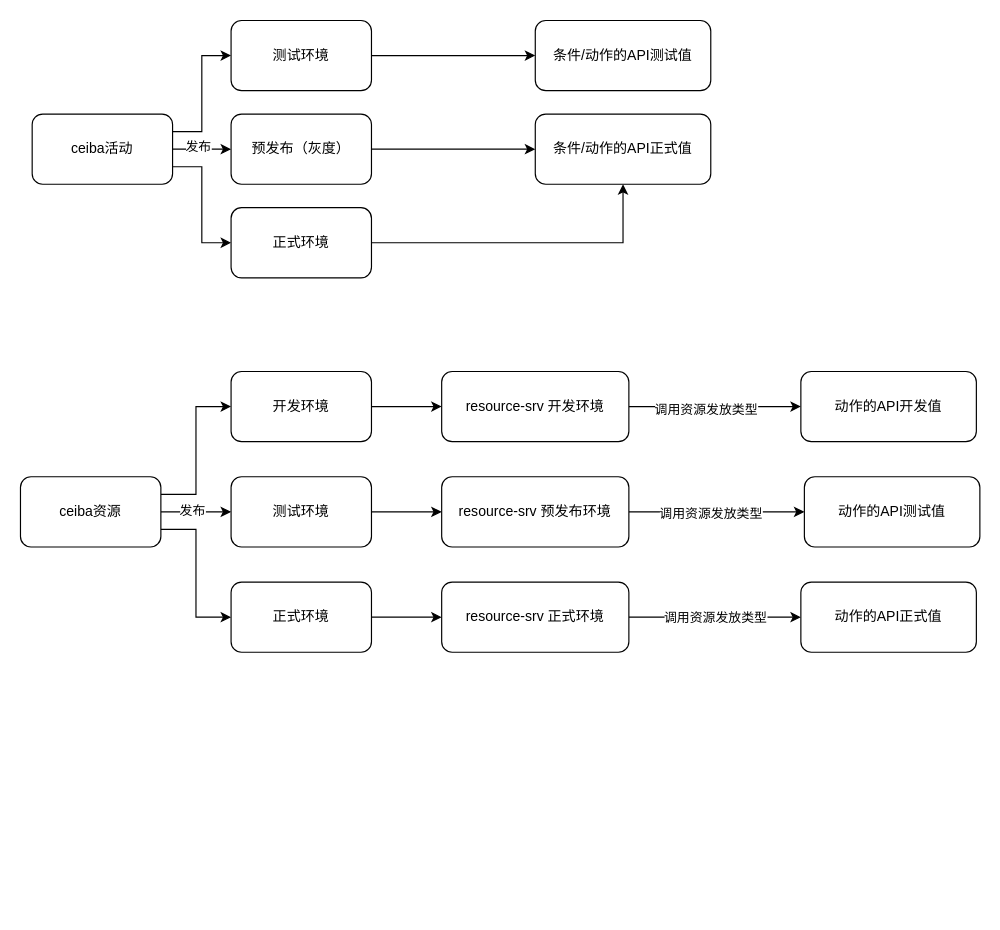
This is docs.drawio from axtrur/resource, a draw.io file, before an edit. Source tidied: cells renumbered, new cells numbered last; positions are measured from the earlier drawing's top-left corner, leaving out a move shared by most shapes. Both pictures are drawn from the tidied source at 117%, with x=0, y=0 at pixel (20, 20).
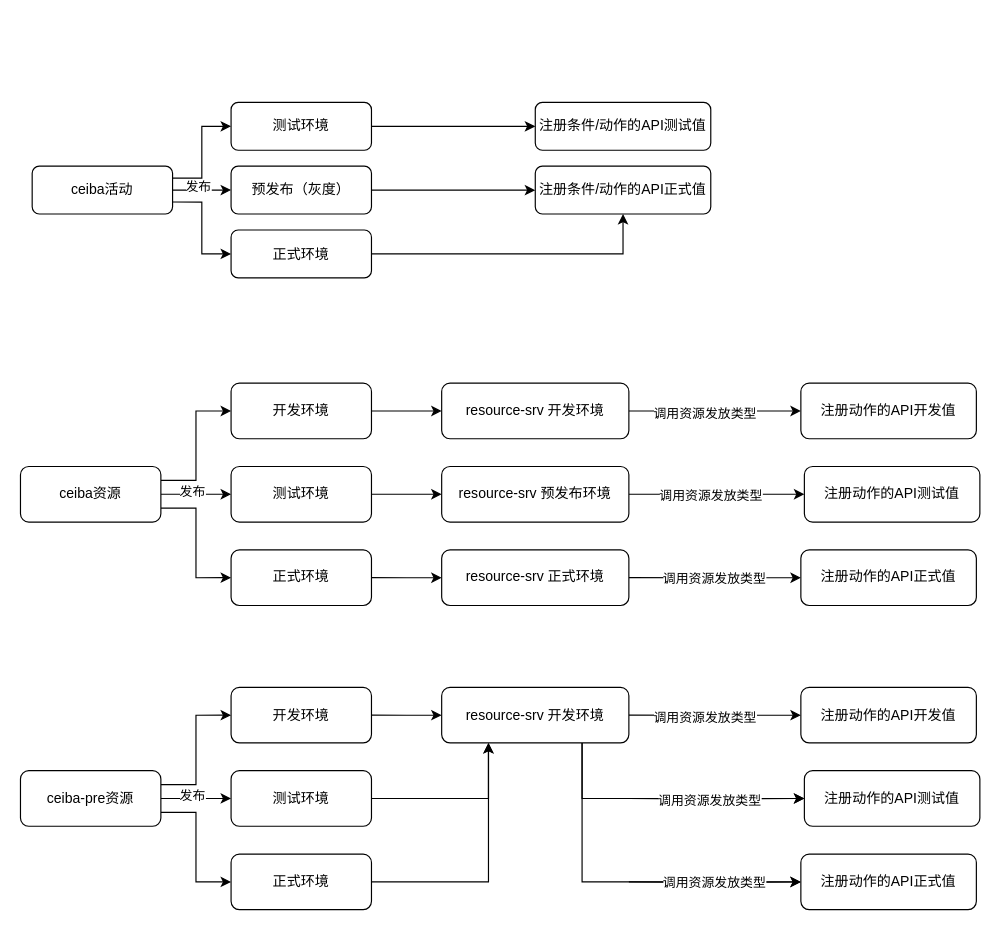
The same page after the edit.

Change to the diagram source:
```diff
@@
-    <mxCell id="2" style="edgeStyle=orthogonalEdgeStyle;rounded=0;jettySize=auto;html=1;exitX=1;exitY=0.5;exitDx=0;exitDy=0;entryX=0;entryY=0.5;entryDx=0;entryDy=0;" parent="1" edge="1" source="6" target="10">
-      <mxGeometry relative="1" as="geometry" />
-    </mxCell>
-    <mxCell id="3" value="发布" style="edgeLabel;html=1;align=center;verticalAlign=middle;" parent="2" vertex="1">
-      <mxGeometry x="-0.17" y="3" relative="1" as="geometry" />
-    </mxCell>
-    <mxCell id="4" style="edgeStyle=orthogonalEdgeStyle;rounded=0;jettySize=auto;html=1;exitX=1;exitY=0.25;exitDx=0;exitDy=0;entryX=0;entryY=0.5;entryDx=0;entryDy=0;" parent="1" edge="1" source="6" target="8">
-      <mxGeometry relative="1" as="geometry" />
-    </mxCell>
-    <mxCell id="5" style="edgeStyle=orthogonalEdgeStyle;rounded=0;jettySize=auto;html=1;exitX=1;exitY=0.75;exitDx=0;exitDy=0;entryX=0;entryY=0.5;entryDx=0;entryDy=0;" parent="1" edge="1" source="6" target="12">
-      <mxGeometry relative="1" as="geometry" />
-    </mxCell>
-    <mxCell id="6" value="ceiba活动" style="rounded=1;whiteSpace=wrap;html=1;" parent="1" vertex="1">
-      <mxGeometry x="10" y="80" width="120" height="60" as="geometry" />
-    </mxCell>
-    <mxCell id="7" style="edgeStyle=orthogonalEdgeStyle;rounded=0;jettySize=auto;html=1;exitX=1;exitY=0.5;exitDx=0;exitDy=0;" parent="1" edge="1" source="8" target="13">
-      <mxGeometry relative="1" as="geometry" />
-    </mxCell>
-    <mxCell id="8" value="测试环境" style="rounded=1;whiteSpace=wrap;html=1;" parent="1" vertex="1">
-      <mxGeometry x="180" width="120" height="60" as="geometry" />
-    </mxCell>
-    <mxCell id="9" style="edgeStyle=orthogonalEdgeStyle;rounded=0;jettySize=auto;html=1;exitX=1;exitY=0.5;exitDx=0;exitDy=0;" parent="1" edge="1" source="10" target="14">
-      <mxGeometry relative="1" as="geometry" />
-    </mxCell>
-    <mxCell id="10" value="预发布（灰度）" style="rounded=1;whiteSpace=wrap;html=1;" parent="1" vertex="1">
-      <mxGeometry x="180" y="80" width="120" height="60" as="geometry" />
-    </mxCell>
-    <mxCell id="11" style="edgeStyle=orthogonalEdgeStyle;rounded=0;jettySize=auto;html=1;exitX=1;exitY=0.5;exitDx=0;exitDy=0;" parent="1" edge="1" source="12" target="14">
-      <mxGeometry relative="1" as="geometry" />
-    </mxCell>
-    <mxCell id="12" value="正式环境" style="rounded=1;whiteSpace=wrap;html=1;" parent="1" vertex="1">
-      <mxGeometry x="180" y="160" width="120" height="60" as="geometry" />
-    </mxCell>
-    <mxCell id="13" value="条件/动作的API测试值" style="rounded=1;whiteSpace=wrap;html=1;" parent="1" vertex="1">
-      <mxGeometry x="440" width="150" height="60" as="geometry" />
-    </mxCell>
-    <mxCell id="14" value="条件/动作的API正式值" style="rounded=1;whiteSpace=wrap;html=1;" parent="1" vertex="1">
-      <mxGeometry x="440" y="80" width="150" height="60" as="geometry" />
-    </mxCell>
+    <mxCell id="40" style="group;" parent="1" vertex="1">
+      <mxGeometry y="310" width="820" height="190" as="geometry" />
+    </mxCell>
-    <mxCell id="15" style="edgeStyle=orthogonalEdgeStyle;rounded=0;jettySize=auto;html=1;exitX=1;exitY=0.5;exitDx=0;exitDy=0;entryX=0;entryY=0.5;entryDx=0;entryDy=0;" parent="1" edge="1" source="19" target="23">
+    <mxCell id="15" style="edgeStyle=orthogonalEdgeStyle;rounded=0;jettySize=auto;html=1;exitX=1;exitY=0.5;exitDx=0;exitDy=0;entryX=0;entryY=0.5;entryDx=0;entryDy=0;" parent="40" edge="1" source="19" target="23">
       <mxGeometry relative="1" as="geometry" />
     </mxCell>
@@
-    <mxCell id="17" style="edgeStyle=orthogonalEdgeStyle;rounded=0;jettySize=auto;html=1;exitX=1;exitY=0.25;exitDx=0;exitDy=0;entryX=0;entryY=0.5;entryDx=0;entryDy=0;" parent="1" edge="1" source="19" target="21">
+    <mxCell id="17" style="edgeStyle=orthogonalEdgeStyle;rounded=0;jettySize=auto;html=1;exitX=1;exitY=0.25;exitDx=0;exitDy=0;entryX=0;entryY=0.5;entryDx=0;entryDy=0;" parent="40" edge="1" source="19" target="21">
       <mxGeometry relative="1" as="geometry" />
     </mxCell>
-    <mxCell id="18" style="edgeStyle=orthogonalEdgeStyle;rounded=0;jettySize=auto;html=1;exitX=1;exitY=0.75;exitDx=0;exitDy=0;entryX=0;entryY=0.5;entryDx=0;entryDy=0;" parent="1" edge="1" source="19" target="25">
+    <mxCell id="18" style="edgeStyle=orthogonalEdgeStyle;rounded=0;jettySize=auto;html=1;exitX=1;exitY=0.75;exitDx=0;exitDy=0;entryX=0;entryY=0.5;entryDx=0;entryDy=0;" parent="40" edge="1" source="19" target="25">
       <mxGeometry relative="1" as="geometry" />
     </mxCell>
-    <mxCell id="19" value="ceiba资源" style="rounded=1;whiteSpace=wrap;html=1;" parent="1" vertex="1">
-      <mxGeometry y="390" width="120" height="60" as="geometry" />
+    <mxCell id="19" value="ceiba资源" style="rounded=1;whiteSpace=wrap;html=1;" parent="40" vertex="1">
+      <mxGeometry y="71.2" width="120" height="47.5" as="geometry" />
     </mxCell>
-    <mxCell id="20" style="edgeStyle=orthogonalEdgeStyle;rounded=0;jettySize=auto;html=1;exitX=1;exitY=0.5;exitDx=0;exitDy=0;" parent="1" edge="1" source="21" target="28">
+    <mxCell id="20" style="edgeStyle=orthogonalEdgeStyle;rounded=0;jettySize=auto;html=1;exitX=1;exitY=0.5;exitDx=0;exitDy=0;" parent="40" edge="1" source="21" target="28">
       <mxGeometry relative="1" as="geometry" />
     </mxCell>
-    <mxCell id="21" value="开发环境" style="rounded=1;whiteSpace=wrap;html=1;" parent="1" vertex="1">
-      <mxGeometry x="180" y="300" width="120" height="60" as="geometry" />
+    <mxCell id="21" value="开发环境" style="rounded=1;whiteSpace=wrap;html=1;" parent="40" vertex="1">
+      <mxGeometry x="180" width="120" height="47.5" as="geometry" />
     </mxCell>
-    <mxCell id="22" style="edgeStyle=orthogonalEdgeStyle;rounded=0;jettySize=auto;html=1;exitX=1;exitY=0.5;exitDx=0;exitDy=0;entryX=0;entryY=0.5;entryDx=0;entryDy=0;" parent="1" edge="1" source="23" target="33">
+    <mxCell id="22" style="edgeStyle=orthogonalEdgeStyle;rounded=0;jettySize=auto;html=1;exitX=1;exitY=0.5;exitDx=0;exitDy=0;entryX=0;entryY=0.5;entryDx=0;entryDy=0;" parent="40" edge="1" source="23" target="33">
       <mxGeometry relative="1" as="geometry" />
     </mxCell>
-    <mxCell id="23" value="测试环境" style="rounded=1;whiteSpace=wrap;html=1;" parent="1" vertex="1">
-      <mxGeometry x="180" y="390" width="120" height="60" as="geometry" />
+    <mxCell id="23" value="测试环境" style="rounded=1;whiteSpace=wrap;html=1;" parent="40" vertex="1">
+      <mxGeometry x="180" y="71.2" width="120" height="47.5" as="geometry" />
     </mxCell>
-    <mxCell id="24" style="edgeStyle=orthogonalEdgeStyle;rounded=0;jettySize=auto;html=1;exitX=1;exitY=0.5;exitDx=0;exitDy=0;" parent="1" edge="1" source="25" target="36">
+    <mxCell id="24" style="edgeStyle=orthogonalEdgeStyle;rounded=0;jettySize=auto;html=1;exitX=1;exitY=0.5;exitDx=0;exitDy=0;" parent="40" edge="1" source="25" target="36">
       <mxGeometry relative="1" as="geometry" />
     </mxCell>
-    <mxCell id="25" value="正式环境" style="rounded=1;whiteSpace=wrap;html=1;" parent="1" vertex="1">
-      <mxGeometry x="180" y="480" width="120" height="60" as="geometry" />
+    <mxCell id="25" value="正式环境" style="rounded=1;whiteSpace=wrap;html=1;" parent="40" vertex="1">
+      <mxGeometry x="180" y="142.5" width="120" height="47.5" as="geometry" />
     </mxCell>
-    <mxCell id="26" style="edgeStyle=orthogonalEdgeStyle;rounded=0;jettySize=auto;html=1;exitX=1;exitY=0.5;exitDx=0;exitDy=0;" parent="1" edge="1" source="28" target="37">
+    <mxCell id="26" style="edgeStyle=orthogonalEdgeStyle;rounded=0;jettySize=auto;html=1;exitX=1;exitY=0.5;exitDx=0;exitDy=0;" parent="40" edge="1" source="28" target="37">
       <mxGeometry relative="1" as="geometry" />
     </mxCell>
@@
-    <mxCell id="28" value="resource-srv 开发环境" style="rounded=1;whiteSpace=wrap;html=1;" parent="1" vertex="1">
-      <mxGeometry x="360" y="300" width="160" height="60" as="geometry" />
+    <mxCell id="28" value="resource-srv 开发环境" style="rounded=1;whiteSpace=wrap;html=1;" parent="40" vertex="1">
+      <mxGeometry x="360" width="160" height="47.5" as="geometry" />
     </mxCell>
-    <mxCell id="29" style="edgeStyle=orthogonalEdgeStyle;rounded=0;jettySize=auto;html=1;exitX=1;exitY=0.5;exitDx=0;exitDy=0;entryX=0;entryY=0.5;entryDx=0;entryDy=0;" parent="1" edge="1" source="33" target="38">
+    <mxCell id="29" style="edgeStyle=orthogonalEdgeStyle;rounded=0;jettySize=auto;html=1;exitX=1;exitY=0.5;exitDx=0;exitDy=0;entryX=0;entryY=0.5;entryDx=0;entryDy=0;" parent="40" edge="1" source="33" target="38">
       <mxGeometry relative="1" as="geometry" />
     </mxCell>
@@
-    <mxCell id="33" value="resource-srv 预发布环境" style="rounded=1;whiteSpace=wrap;html=1;" parent="1" vertex="1">
-      <mxGeometry x="360" y="390" width="160" height="60" as="geometry" />
+    <mxCell id="33" value="resource-srv 预发布环境" style="rounded=1;whiteSpace=wrap;html=1;" parent="40" vertex="1">
+      <mxGeometry x="360" y="71.2" width="160" height="47.5" as="geometry" />
     </mxCell>
-    <mxCell id="34" style="edgeStyle=orthogonalEdgeStyle;rounded=0;jettySize=auto;html=1;exitX=1;exitY=0.5;exitDx=0;exitDy=0;" parent="1" edge="1" source="36" target="39">
+    <mxCell id="34" style="edgeStyle=orthogonalEdgeStyle;rounded=0;jettySize=auto;html=1;exitX=1;exitY=0.5;exitDx=0;exitDy=0;" parent="40" edge="1" source="36" target="39">
       <mxGeometry relative="1" as="geometry" />
     </mxCell>
@@
-    <mxCell id="36" value="resource-srv 正式环境" style="rounded=1;whiteSpace=wrap;html=1;" parent="1" vertex="1">
-      <mxGeometry x="360" y="480" width="160" height="60" as="geometry" />
+    <mxCell id="36" value="resource-srv 正式环境" style="rounded=1;whiteSpace=wrap;html=1;" parent="40" vertex="1">
+      <mxGeometry x="360" y="142.5" width="160" height="47.5" as="geometry" />
     </mxCell>
-    <mxCell id="37" value="动作的API开发值" style="rounded=1;whiteSpace=wrap;html=1;" parent="1" vertex="1">
-      <mxGeometry x="667" y="300" width="150" height="60" as="geometry" />
+    <mxCell id="37" value="注册动作的API开发值" style="rounded=1;whiteSpace=wrap;html=1;" parent="40" vertex="1">
+      <mxGeometry x="667" width="150" height="47.5" as="geometry" />
     </mxCell>
-    <mxCell id="38" value="动作的API测试值" style="rounded=1;whiteSpace=wrap;html=1;" parent="1" vertex="1">
-      <mxGeometry x="670" y="390" width="150" height="60" as="geometry" />
+    <mxCell id="38" value="注册动作的API测试值" style="rounded=1;whiteSpace=wrap;html=1;" parent="40" vertex="1">
+      <mxGeometry x="670" y="71.2" width="150" height="47.5" as="geometry" />
     </mxCell>
-    <mxCell id="39" value="动作的API正式值" style="rounded=1;whiteSpace=wrap;html=1;" parent="1" vertex="1">
-      <mxGeometry x="667" y="480" width="150" height="60" as="geometry" />
+    <mxCell id="39" value="注册动作的API正式值" style="rounded=1;whiteSpace=wrap;html=1;" parent="40" vertex="1">
+      <mxGeometry x="667" y="142.5" width="150" height="47.5" as="geometry" />
     </mxCell>
+    <mxCell id="41" style="group;" parent="1" vertex="1">
+      <mxGeometry y="570" width="820" height="190" as="geometry" />
+    </mxCell>
+    <mxCell id="42" style="edgeStyle=orthogonalEdgeStyle;rounded=0;jettySize=auto;html=1;exitX=1;exitY=0.5;exitDx=0;exitDy=0;entryX=0;entryY=0.5;entryDx=0;entryDy=0;" parent="41" edge="1" source="46" target="50">
+      <mxGeometry relative="1" as="geometry" />
+    </mxCell>
+    <mxCell id="43" value="发布" style="edgeLabel;html=1;align=center;verticalAlign=middle;" parent="42" vertex="1">
+      <mxGeometry x="-0.14" y="2" relative="1" as="geometry" />
+    </mxCell>
+    <mxCell id="44" style="edgeStyle=orthogonalEdgeStyle;rounded=0;jettySize=auto;html=1;exitX=1;exitY=0.25;exitDx=0;exitDy=0;entryX=0;entryY=0.5;entryDx=0;entryDy=0;" parent="41" edge="1" source="46" target="48">
+      <mxGeometry relative="1" as="geometry" />
+    </mxCell>
+    <mxCell id="45" style="edgeStyle=orthogonalEdgeStyle;rounded=0;jettySize=auto;html=1;exitX=1;exitY=0.75;exitDx=0;exitDy=0;entryX=0;entryY=0.5;entryDx=0;entryDy=0;" parent="41" edge="1" source="46" target="52">
+      <mxGeometry relative="1" as="geometry" />
+    </mxCell>
+    <mxCell id="46" value="ceiba-pre资源" style="rounded=1;whiteSpace=wrap;html=1;" parent="41" vertex="1">
+      <mxGeometry y="71.2" width="120" height="47.5" as="geometry" />
+    </mxCell>
+    <mxCell id="47" style="edgeStyle=orthogonalEdgeStyle;rounded=0;jettySize=auto;html=1;exitX=1;exitY=0.5;exitDx=0;exitDy=0;" parent="41" edge="1" source="48" target="57">
+      <mxGeometry relative="1" as="geometry" />
+    </mxCell>
+    <mxCell id="48" value="开发环境" style="rounded=1;whiteSpace=wrap;html=1;" parent="41" vertex="1">
+      <mxGeometry x="180" width="120" height="47.5" as="geometry" />
+    </mxCell>
+    <mxCell id="49" style="edgeStyle=orthogonalEdgeStyle;rounded=0;jettySize=auto;html=1;exitX=1;exitY=0.5;exitDx=0;exitDy=0;entryX=0.25;entryY=1;entryDx=0;entryDy=0;" parent="41" edge="1" source="50" target="57">
+      <mxGeometry relative="1" as="geometry" />
+    </mxCell>
+    <mxCell id="50" value="测试环境" style="rounded=1;whiteSpace=wrap;html=1;" parent="41" vertex="1">
+      <mxGeometry x="180" y="71.2" width="120" height="47.5" as="geometry" />
+    </mxCell>
+    <mxCell id="51" style="edgeStyle=orthogonalEdgeStyle;rounded=0;jettySize=auto;html=1;exitX=1;exitY=0.5;exitDx=0;exitDy=0;entryX=0.25;entryY=1;entryDx=0;entryDy=0;" parent="41" edge="1" source="52" target="57">
+      <mxGeometry relative="1" as="geometry" />
+    </mxCell>
+    <mxCell id="52" value="正式环境" style="rounded=1;whiteSpace=wrap;html=1;" parent="41" vertex="1">
+      <mxGeometry x="180" y="142.5" width="120" height="47.5" as="geometry" />
+    </mxCell>
+    <mxCell id="53" style="edgeStyle=orthogonalEdgeStyle;rounded=0;jettySize=auto;html=1;exitX=1;exitY=0.5;exitDx=0;exitDy=0;" parent="41" edge="1" source="57" target="64">
+      <mxGeometry relative="1" as="geometry" />
+    </mxCell>
+    <mxCell id="54" value="调用资源发放类型" style="edgeLabel;html=1;align=center;verticalAlign=middle;" parent="53" vertex="1">
+      <mxGeometry x="-0.11" y="-2" relative="1" as="geometry" />
+    </mxCell>
+    <mxCell id="55" style="edgeStyle=orthogonalEdgeStyle;rounded=0;jettySize=auto;html=1;exitX=0.75;exitY=1;exitDx=0;exitDy=0;entryX=0;entryY=0.5;entryDx=0;entryDy=0;" parent="41" edge="1" source="57" target="65">
+      <mxGeometry relative="1" as="geometry" />
+    </mxCell>
+    <mxCell id="56" style="edgeStyle=orthogonalEdgeStyle;rounded=0;jettySize=auto;html=1;exitX=0.75;exitY=1;exitDx=0;exitDy=0;entryX=0;entryY=0.5;entryDx=0;entryDy=0;" parent="41" edge="1" source="57" target="66">
+      <mxGeometry relative="1" as="geometry" />
+    </mxCell>
+    <mxCell id="57" value="resource-srv 开发环境" style="rounded=1;whiteSpace=wrap;html=1;" parent="41" vertex="1">
+      <mxGeometry x="360" width="160" height="47.5" as="geometry" />
+    </mxCell>
+    <mxCell id="58" style="edgeStyle=orthogonalEdgeStyle;rounded=0;jettySize=auto;html=1;exitX=1;exitY=0.5;exitDx=0;exitDy=0;entryX=0;entryY=0.5;entryDx=0;entryDy=0;" parent="41" edge="1" target="65">
+      <mxGeometry relative="1" as="geometry">
+        <mxPoint x="520" y="95" as="sourcePoint" />
+      </mxGeometry>
+    </mxCell>
+    <mxCell id="59" style="edgeLabel;html=1;align=center;verticalAlign=middle;" parent="58" vertex="1">
+      <mxGeometry x="-0.16" y="-1" relative="1" as="geometry" />
+    </mxCell>
+    <mxCell id="60" style="edgeLabel;html=1;align=center;verticalAlign=middle;" parent="58" vertex="1">
+      <mxGeometry x="-0.11" y="2" relative="1" as="geometry" />
+    </mxCell>
+    <mxCell id="61" value="调用资源发放类型" style="edgeLabel;html=1;align=center;verticalAlign=middle;" parent="58" vertex="1">
+      <mxGeometry x="-0.08" y="-1" relative="1" as="geometry" />
+    </mxCell>
+    <mxCell id="62" style="edgeStyle=orthogonalEdgeStyle;rounded=0;jettySize=auto;html=1;exitX=1;exitY=0.5;exitDx=0;exitDy=0;" parent="41" edge="1" target="66">
+      <mxGeometry relative="1" as="geometry">
+        <mxPoint x="520" y="166.2" as="sourcePoint" />
+      </mxGeometry>
+    </mxCell>
+    <mxCell id="63" value="调用资源发放类型" style="edgeLabel;html=1;align=center;verticalAlign=middle;" parent="62" vertex="1">
+      <mxGeometry x="-0.01" relative="1" as="geometry" />
+    </mxCell>
+    <mxCell id="64" value="注册动作的API开发值" style="rounded=1;whiteSpace=wrap;html=1;" parent="41" vertex="1">
+      <mxGeometry x="667" width="150" height="47.5" as="geometry" />
+    </mxCell>
+    <mxCell id="65" value="注册动作的API测试值" style="rounded=1;whiteSpace=wrap;html=1;" parent="41" vertex="1">
+      <mxGeometry x="670" y="71.2" width="150" height="47.5" as="geometry" />
+    </mxCell>
+    <mxCell id="66" value="注册动作的API正式值" style="rounded=1;whiteSpace=wrap;html=1;" parent="41" vertex="1">
+      <mxGeometry x="667" y="142.5" width="150" height="47.5" as="geometry" />
+    </mxCell>
+    <mxCell id="67" style="group;" parent="1" vertex="1">
+      <mxGeometry x="10" y="70" width="580" height="150" as="geometry" />
+    </mxCell>
+    <mxCell id="2" style="edgeStyle=orthogonalEdgeStyle;rounded=0;jettySize=auto;html=1;exitX=1;exitY=0.5;exitDx=0;exitDy=0;entryX=0;entryY=0.5;entryDx=0;entryDy=0;" parent="67" edge="1" source="6" target="10">
+      <mxGeometry relative="1" as="geometry" />
+    </mxCell>
+    <mxCell id="3" value="发布" style="edgeLabel;html=1;align=center;verticalAlign=middle;" parent="2" vertex="1">
+      <mxGeometry x="-0.17" y="3" relative="1" as="geometry" />
+    </mxCell>
+    <mxCell id="4" style="edgeStyle=orthogonalEdgeStyle;rounded=0;jettySize=auto;html=1;exitX=1;exitY=0.25;exitDx=0;exitDy=0;entryX=0;entryY=0.5;entryDx=0;entryDy=0;" parent="67" edge="1" source="6" target="8">
+      <mxGeometry relative="1" as="geometry" />
+    </mxCell>
+    <mxCell id="5" style="edgeStyle=orthogonalEdgeStyle;rounded=0;jettySize=auto;html=1;exitX=1;exitY=0.75;exitDx=0;exitDy=0;entryX=0;entryY=0.5;entryDx=0;entryDy=0;" parent="67" edge="1" source="6" target="12">
+      <mxGeometry relative="1" as="geometry" />
+    </mxCell>
+    <mxCell id="6" value="ceiba活动" style="rounded=1;whiteSpace=wrap;html=1;" parent="67" vertex="1">
+      <mxGeometry y="54.5" width="120" height="40.9" as="geometry" />
+    </mxCell>
+    <mxCell id="7" style="edgeStyle=orthogonalEdgeStyle;rounded=0;jettySize=auto;html=1;exitX=1;exitY=0.5;exitDx=0;exitDy=0;" parent="67" edge="1" source="8" target="13">
+      <mxGeometry relative="1" as="geometry" />
+    </mxCell>
+    <mxCell id="8" value="测试环境" style="rounded=1;whiteSpace=wrap;html=1;" parent="67" vertex="1">
+      <mxGeometry x="170" width="120" height="40.9" as="geometry" />
+    </mxCell>
+    <mxCell id="9" style="edgeStyle=orthogonalEdgeStyle;rounded=0;jettySize=auto;html=1;exitX=1;exitY=0.5;exitDx=0;exitDy=0;" parent="67" edge="1" source="10" target="14">
+      <mxGeometry relative="1" as="geometry" />
+    </mxCell>
+    <mxCell id="10" value="预发布（灰度）" style="rounded=1;whiteSpace=wrap;html=1;" parent="67" vertex="1">
+      <mxGeometry x="170" y="54.5" width="120" height="40.9" as="geometry" />
+    </mxCell>
+    <mxCell id="11" style="edgeStyle=orthogonalEdgeStyle;rounded=0;jettySize=auto;html=1;exitX=1;exitY=0.5;exitDx=0;exitDy=0;" parent="67" edge="1" source="12" target="14">
+      <mxGeometry relative="1" as="geometry" />
+    </mxCell>
+    <mxCell id="12" value="正式环境" style="rounded=1;whiteSpace=wrap;html=1;" parent="67" vertex="1">
+      <mxGeometry x="170" y="109.1" width="120" height="40.9" as="geometry" />
+    </mxCell>
+    <mxCell id="13" value="注册条件/动作的API测试值" style="rounded=1;whiteSpace=wrap;html=1;" parent="67" vertex="1">
+      <mxGeometry x="430" width="150" height="40.9" as="geometry" />
+    </mxCell>
+    <mxCell id="14" value="注册条件/动作的API正式值" style="rounded=1;whiteSpace=wrap;html=1;" parent="67" vertex="1">
+      <mxGeometry x="430" y="54.5" width="150" height="40.9" as="geometry" />
+    </mxCell>
```
